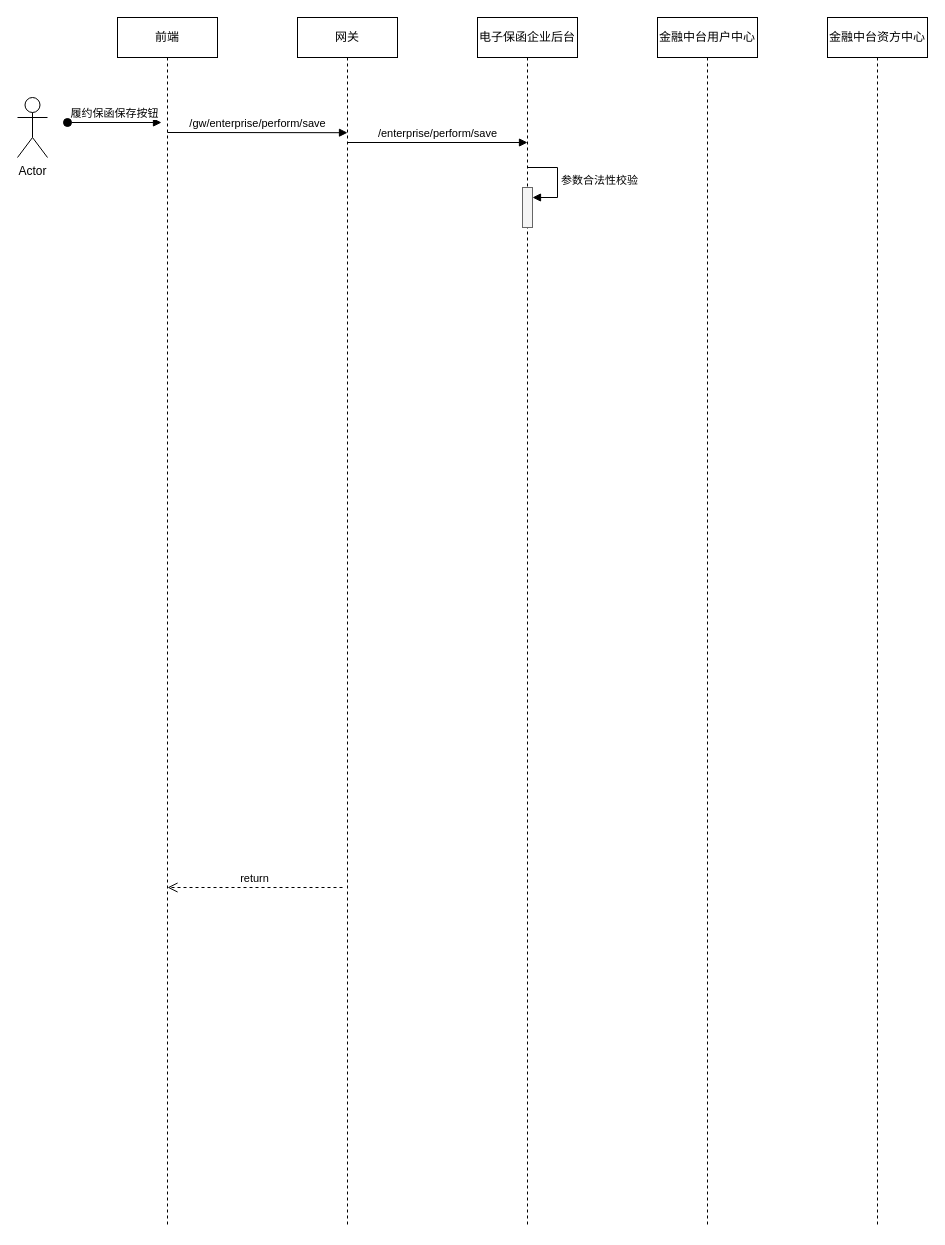
hezhuma/image-repo keeps this draw.io diagram as page "保函保存" (2 of 8) of UML/履约保函.drawio. Above is the earlier version. Source tidied: cells renumbered, new cells numbered last; positions are measured from the earlier drawing's top-left corner, leaving out a move shared by most shapes. Both pictures are drawn from the tidied source at 100%, with x=0, y=0 at pixel (17, 17).
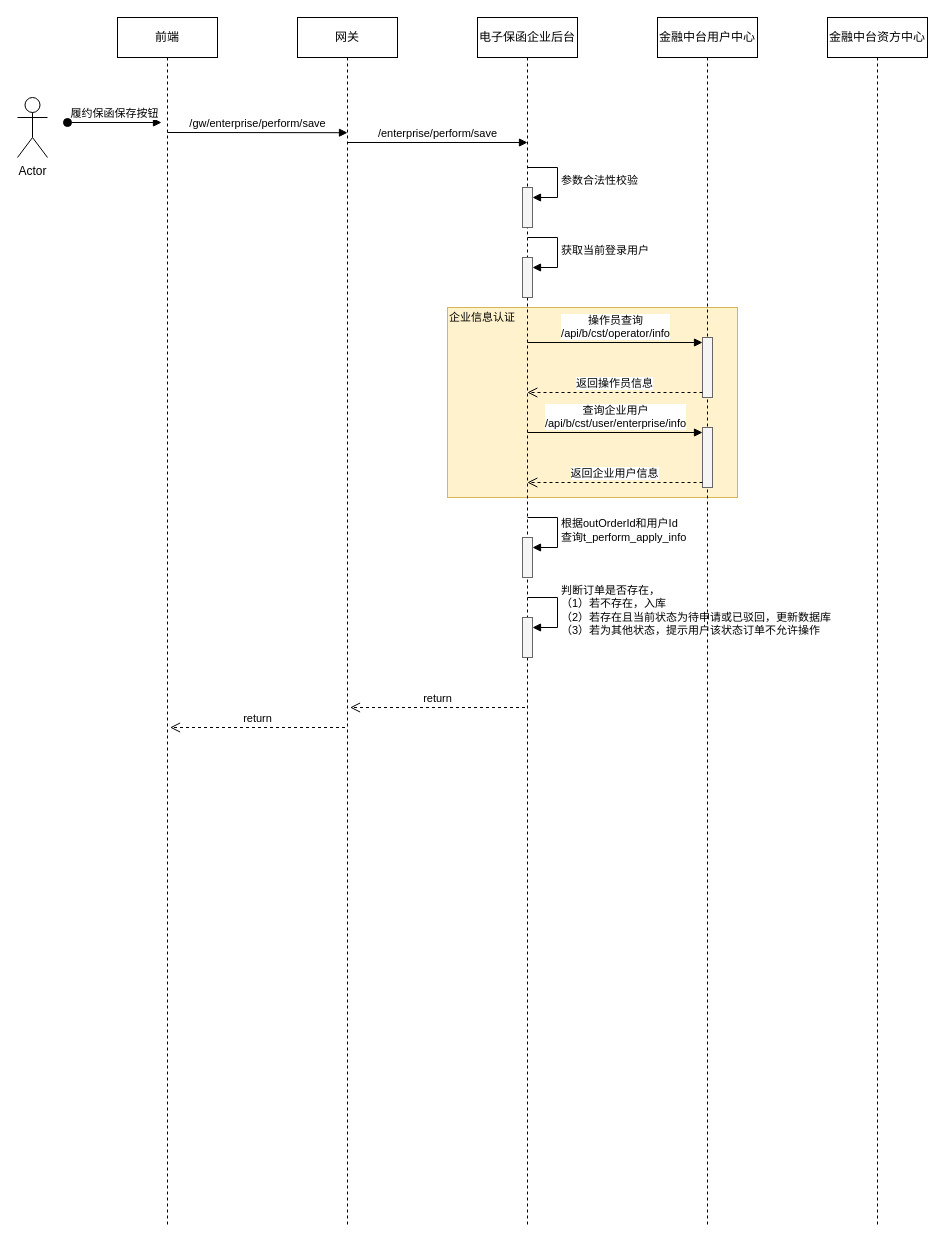
The same diagram, later.

Commit message:
更新履约保函.drawio

The change refers to these unchanged cells:
```xml
<mxCell id="5" value="电子保函企业后台" style="shape=umlLifeline;perimeter=lifelinePerimeter;whiteSpace=wrap;html=1;newEdgeStyle={&quot;curved&quot;:0,&quot;rounded&quot;:0};" parent="1" vertex="1">
  <mxGeometry x="460" width="100" height="1210" as="geometry" />
</mxCell>
<mxCell id="8" value="金融中台用户中心" style="shape=umlLifeline;perimeter=lifelinePerimeter;whiteSpace=wrap;html=1;newEdgeStyle={&quot;curved&quot;:0,&quot;rounded&quot;:0};" parent="1" vertex="1">
  <mxGeometry x="640" width="100" height="1210" as="geometry" />
</mxCell>
```

What changed in the source:
```diff
@@
+    <mxCell id="14" style="rounded=0;whiteSpace=wrap;html=1;fillColor=#fff2cc;strokeColor=#d6b656;" parent="1" vertex="1">
+      <mxGeometry x="430" y="290" width="290" height="190" as="geometry" />
+    </mxCell>
@@
+    <mxCell id="15" style="html=1;points=[[0,0,0,0,5],[0,1,0,0,-5],[1,0,0,0,5],[1,1,0,0,-5]];perimeter=orthogonalPerimeter;outlineConnect=0;targetShapes=umlLifeline;portConstraint=eastwest;newEdgeStyle={&quot;curved&quot;:0,&quot;rounded&quot;:0};fillColor=#f5f5f5;fontColor=#333333;strokeColor=#666666;" parent="5" vertex="1">
+      <mxGeometry x="45" y="240" width="10" height="40" as="geometry" />
+    </mxCell>
+    <mxCell id="16" value="获取当前登录用户" style="html=1;align=left;spacingLeft=2;endArrow=block;rounded=0;edgeStyle=orthogonalEdgeStyle;curved=0;rounded=0;" parent="5" edge="1" target="15">
+      <mxGeometry relative="1" as="geometry">
+        <mxPoint x="50" y="220" as="sourcePoint" />
+        <Array as="points">
+          <mxPoint x="80" y="250" />
+        </Array>
+      </mxGeometry>
+    </mxCell>
+    <mxCell id="17" style="html=1;points=[[0,0,0,0,5],[0,1,0,0,-5],[1,0,0,0,5],[1,1,0,0,-5]];perimeter=orthogonalPerimeter;outlineConnect=0;targetShapes=umlLifeline;portConstraint=eastwest;newEdgeStyle={&quot;curved&quot;:0,&quot;rounded&quot;:0};fillColor=#f5f5f5;fontColor=#333333;strokeColor=#666666;" parent="5" vertex="1">
+      <mxGeometry x="45" y="520" width="10" height="40" as="geometry" />
+    </mxCell>
+    <mxCell id="18" value="根据outOrderId和用户Id&lt;br&gt;查询t_perform_apply_info" style="html=1;align=left;spacingLeft=2;endArrow=block;rounded=0;edgeStyle=orthogonalEdgeStyle;curved=0;rounded=0;" parent="5" edge="1" target="17">
+      <mxGeometry relative="1" as="geometry">
+        <mxPoint x="50" y="500" as="sourcePoint" />
+        <Array as="points">
+          <mxPoint x="80" y="530" />
+        </Array>
+      </mxGeometry>
+    </mxCell>
+    <mxCell id="19" style="html=1;points=[[0,0,0,0,5],[0,1,0,0,-5],[1,0,0,0,5],[1,1,0,0,-5]];perimeter=orthogonalPerimeter;outlineConnect=0;targetShapes=umlLifeline;portConstraint=eastwest;newEdgeStyle={&quot;curved&quot;:0,&quot;rounded&quot;:0};fillColor=#f5f5f5;fontColor=#333333;strokeColor=#666666;" parent="5" vertex="1">
+      <mxGeometry x="45" y="600" width="10" height="40" as="geometry" />
+    </mxCell>
+    <mxCell id="20" value="判断订单是否存在，&lt;br&gt;（1）若不存在，入库&lt;br&gt;（2）若存在且当前状态为待申请或已驳回，更新数据库&lt;br&gt;（3）若为其他状态，提示用户该状态订单不允许操作" style="html=1;align=left;spacingLeft=2;endArrow=block;rounded=0;edgeStyle=orthogonalEdgeStyle;curved=0;rounded=0;" parent="5" edge="1" target="19">
+      <mxGeometry relative="1" as="geometry">
+        <mxPoint x="50" y="580" as="sourcePoint" />
+        <Array as="points">
+          <mxPoint x="80" y="610" />
+        </Array>
+      </mxGeometry>
+    </mxCell>
@@
+    <mxCell id="21" style="html=1;points=[[0,0,0,0,5],[0,1,0,0,-5],[1,0,0,0,5],[1,1,0,0,-5]];perimeter=orthogonalPerimeter;outlineConnect=0;targetShapes=umlLifeline;portConstraint=eastwest;newEdgeStyle={&quot;curved&quot;:0,&quot;rounded&quot;:0};fillColor=#f5f5f5;fontColor=#333333;strokeColor=#666666;" parent="8" vertex="1">
+      <mxGeometry x="45" y="320" width="10" height="60" as="geometry" />
+    </mxCell>
+    <mxCell id="22" style="html=1;points=[[0,0,0,0,5],[0,1,0,0,-5],[1,0,0,0,5],[1,1,0,0,-5]];perimeter=orthogonalPerimeter;outlineConnect=0;targetShapes=umlLifeline;portConstraint=eastwest;newEdgeStyle={&quot;curved&quot;:0,&quot;rounded&quot;:0};fillColor=#f5f5f5;fontColor=#333333;strokeColor=#666666;" parent="8" vertex="1">
+      <mxGeometry x="45" y="410" width="10" height="60" as="geometry" />
+    </mxCell>
+    <mxCell id="23" value="查询企业用户&lt;br&gt;/api/b/cst/user/enterprise/info" style="html=1;verticalAlign=bottom;endArrow=block;curved=0;rounded=0;entryX=0;entryY=0;entryDx=0;entryDy=5;" parent="8" edge="1" target="22">
+      <mxGeometry relative="1" as="geometry">
+        <mxPoint x="-130" y="415" as="sourcePoint" />
+      </mxGeometry>
+    </mxCell>
+    <mxCell id="24" value="返回企业用户信息" style="html=1;verticalAlign=bottom;endArrow=open;dashed=1;endSize=8;curved=0;rounded=0;exitX=0;exitY=1;exitDx=0;exitDy=-5;" parent="8" edge="1" source="22">
+      <mxGeometry relative="1" as="geometry">
+        <mxPoint x="-130.2" y="465" as="targetPoint" />
+      </mxGeometry>
+    </mxCell>
@@
     <mxCell id="12" value="return" style="html=1;verticalAlign=bottom;endArrow=open;dashed=1;endSize=8;curved=0;rounded=0;exitX=0;exitY=1;exitDx=0;exitDy=-5;" parent="1" edge="1">
       <mxGeometry relative="1" as="geometry">
-        <mxPoint x="325" y="870" as="sourcePoint" />
-        <mxPoint x="150" y="870" as="targetPoint" />
+        <mxPoint x="327.5" y="710" as="sourcePoint" />
+        <mxPoint x="152.5" y="710" as="targetPoint" />
       </mxGeometry>
     </mxCell>
@@
+    <mxCell id="25" value="操作员查询&lt;br&gt;/api/b/cst/operator/info" style="html=1;verticalAlign=bottom;endArrow=block;curved=0;rounded=0;entryX=0;entryY=0;entryDx=0;entryDy=5;" parent="1" edge="1" target="21">
+      <mxGeometry relative="1" as="geometry">
+        <mxPoint x="510" y="325" as="sourcePoint" />
+      </mxGeometry>
+    </mxCell>
+    <mxCell id="26" value="返回操作员信息" style="html=1;verticalAlign=bottom;endArrow=open;dashed=1;endSize=8;curved=0;rounded=0;exitX=0;exitY=1;exitDx=0;exitDy=-5;" parent="1" edge="1" source="21">
+      <mxGeometry relative="1" as="geometry">
+        <mxPoint x="509.8" y="375" as="targetPoint" />
+      </mxGeometry>
+    </mxCell>
+    <mxCell id="27" value="&lt;font style=&quot;font-size: 11px;&quot;&gt;企业信息认证&lt;/font&gt;" style="text;html=1;strokeColor=none;fillColor=none;align=center;verticalAlign=middle;whiteSpace=wrap;rounded=0;" parent="1" vertex="1">
+      <mxGeometry x="430" y="290" width="70" height="20" as="geometry" />
+    </mxCell>
+    <mxCell id="28" value="return" style="html=1;verticalAlign=bottom;endArrow=open;dashed=1;endSize=8;curved=0;rounded=0;exitX=0;exitY=1;exitDx=0;exitDy=-5;" parent="1" edge="1">
+      <mxGeometry relative="1" as="geometry">
+        <mxPoint x="507.5" y="690" as="sourcePoint" />
+        <mxPoint x="332.5" y="690" as="targetPoint" />
+      </mxGeometry>
+    </mxCell>
```
